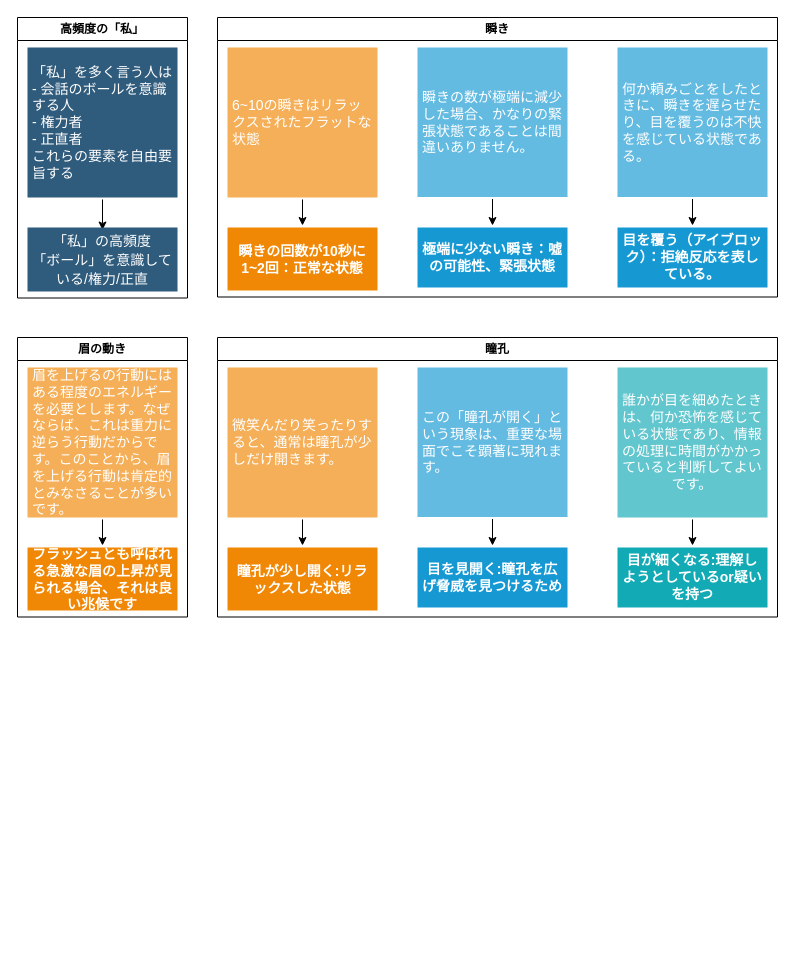
Before: draw.io/read_eye.drawio in minegishirei/psy, a draw.io diagram. Source tidied: cells renumbered, new cells numbered last; positions are measured from the earlier drawing's top-left corner, leaving out a move shared by most shapes. Both pictures are drawn from the tidied source at 100%, with x=0, y=0 at pixel (17, 17).
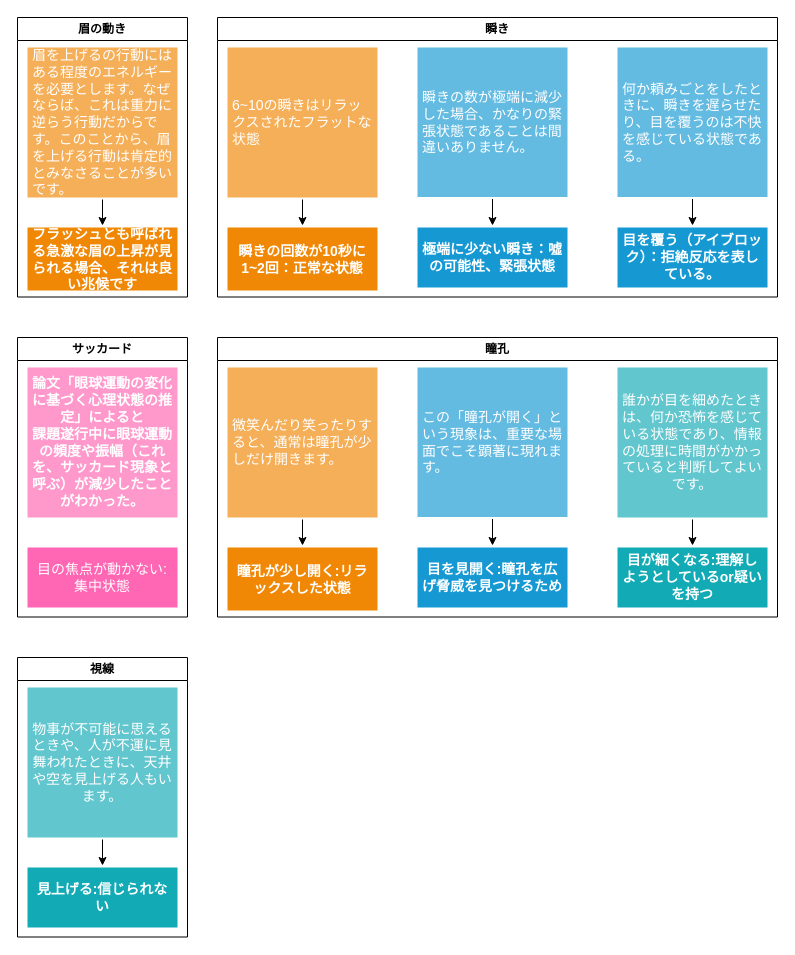
The same diagram, later.

Commit message:
read_eye.drawio を更新します

The edit, as a diff of the source:
```diff
@@
-    <mxCell id="2" value="高頻度の「私」" style="swimlane;whiteSpace=wrap;html=1;" parent="1" vertex="1">
-      <mxGeometry width="170" height="280.5" as="geometry" />
-    </mxCell>
-    <mxCell id="3" style="edgeStyle=orthogonalEdgeStyle;rounded=0;orthogonalLoop=1;jettySize=auto;html=1;entryX=0.5;entryY=0;entryDx=0;entryDy=0;" parent="2" edge="1">
-      <mxGeometry relative="1" as="geometry">
-        <mxPoint x="85" y="182" as="sourcePoint" />
-        <mxPoint x="85" y="212.5" as="targetPoint" />
-      </mxGeometry>
-    </mxCell>
-    <mxCell id="4" value="&lt;div style=&quot;border-color: var(--border-color);&quot;&gt;&lt;div style=&quot;border-color: var(--border-color);&quot;&gt;「私」を多く言う人は&lt;/div&gt;&lt;div style=&quot;border-color: var(--border-color);&quot;&gt;- 会話のボールを意識する人&lt;/div&gt;&lt;div style=&quot;border-color: var(--border-color);&quot;&gt;- 権力者&lt;/div&gt;&lt;div style=&quot;border-color: var(--border-color);&quot;&gt;- 正直者&lt;/div&gt;&lt;div style=&quot;border-color: var(--border-color);&quot;&gt;これらの要素を自由要旨する&lt;/div&gt;&lt;/div&gt;" style="rounded=1;whiteSpace=wrap;html=1;shadow=0;labelBackgroundColor=none;strokeColor=none;strokeWidth=3;fillColor=#2F5B7C;fontFamily=Helvetica;fontSize=14;fontColor=#FFFFFF;align=left;spacing=5;arcSize=0;perimeterSpacing=2;" parent="2" vertex="1">
-      <mxGeometry x="10" y="30" width="150" height="150" as="geometry" />
-    </mxCell>
-    <mxCell id="5" value="&lt;span style=&quot;font-size: 14px; font-weight: 400;&quot;&gt;「私」の高頻度&lt;/span&gt;&lt;div&gt;&lt;span style=&quot;font-size: 14px; font-weight: 400;&quot;&gt;「ボール」を意識している/権力/正直&lt;/span&gt;&lt;br&gt;&lt;/div&gt;" style="rounded=1;whiteSpace=wrap;html=1;shadow=0;labelBackgroundColor=none;strokeColor=none;strokeWidth=3;fillColor=#2F5B7C;fontFamily=Helvetica;fontSize=16;fontColor=#FFFFFF;align=center;fontStyle=1;spacing=5;arcSize=0;perimeterSpacing=2;" parent="2" vertex="1">
-      <mxGeometry x="10" y="210" width="150" height="64" as="geometry" />
-    </mxCell>
@@
     <mxCell id="16" value="眉の動き" style="swimlane;whiteSpace=wrap;html=1;startSize=23;" parent="1" vertex="1">
-      <mxGeometry y="320" width="170" height="279.5" as="geometry" />
+      <mxGeometry width="170" height="279.5" as="geometry" />
     </mxCell>
@@
+    <mxCell id="30" value="サッカード" style="swimlane;whiteSpace=wrap;html=1;startSize=23;" parent="1" vertex="1">
+      <mxGeometry y="320" width="170" height="279.5" as="geometry" />
+    </mxCell>
+    <mxCell id="31" value="目の焦点が動かない:集中状態" style="rounded=1;whiteSpace=wrap;html=1;shadow=0;labelBackgroundColor=none;strokeColor=none;strokeWidth=3;fillColor=#FF66B3;fontFamily=Helvetica;fontSize=14;fontColor=#FFFFFF;align=center;spacing=5;fontStyle=0;arcSize=0;perimeterSpacing=2;" parent="30" vertex="1">
+      <mxGeometry x="10" y="210" width="150" height="60" as="geometry" />
+    </mxCell>
+    <mxCell id="32" value="&lt;div&gt;論文「眼球運動の変化に基づく心理状態の推定」によると&lt;/div&gt;&lt;div&gt;課題遂行中に眼球運動の頻度や振幅（これを、サッカード現象と呼ぶ）が減少したことがわかった。&lt;/div&gt;" style="rounded=1;whiteSpace=wrap;html=1;shadow=0;labelBackgroundColor=none;strokeColor=none;strokeWidth=3;fillColor=#FF99CC;fontFamily=Helvetica;fontSize=14;fontColor=#FFFFFF;align=center;spacing=5;fontStyle=1;arcSize=0;perimeterSpacing=2;" parent="30" vertex="1">
+      <mxGeometry x="10" y="30" width="150" height="150" as="geometry" />
+    </mxCell>
+    <mxCell id="33" value="視線" style="swimlane;whiteSpace=wrap;html=1;startSize=23;" parent="1" vertex="1">
+      <mxGeometry y="640" width="170" height="279.5" as="geometry" />
+    </mxCell>
+    <mxCell id="34" style="edgeStyle=orthogonalEdgeStyle;rounded=0;jettySize=auto;html=1;" parent="33" edge="1" source="35" target="36">
+      <mxGeometry relative="1" as="geometry" />
+    </mxCell>
+    <mxCell id="35" value="物事が不可能に思えるときや、人が不運に見舞われたときに、天井や空を見上げる人もいます。" style="rounded=1;whiteSpace=wrap;html=1;shadow=0;labelBackgroundColor=none;strokeColor=none;strokeWidth=3;fillColor=#61c6ce;fontFamily=Helvetica;fontSize=14;fontColor=#FFFFFF;align=center;spacing=5;fontStyle=0;arcSize=0;perimeterSpacing=2;" parent="33" vertex="1">
+      <mxGeometry x="10" y="30" width="150" height="150" as="geometry" />
+    </mxCell>
+    <mxCell id="36" value="見上げる:信じられない" style="rounded=1;whiteSpace=wrap;html=1;shadow=0;labelBackgroundColor=none;strokeColor=none;strokeWidth=3;fillColor=#12aab5;fontFamily=Helvetica;fontSize=14;fontColor=#FFFFFF;align=center;spacing=5;fontStyle=1;arcSize=0;perimeterSpacing=2;" parent="33" vertex="1">
+      <mxGeometry x="10" y="210" width="150" height="60" as="geometry" />
+    </mxCell>
```
